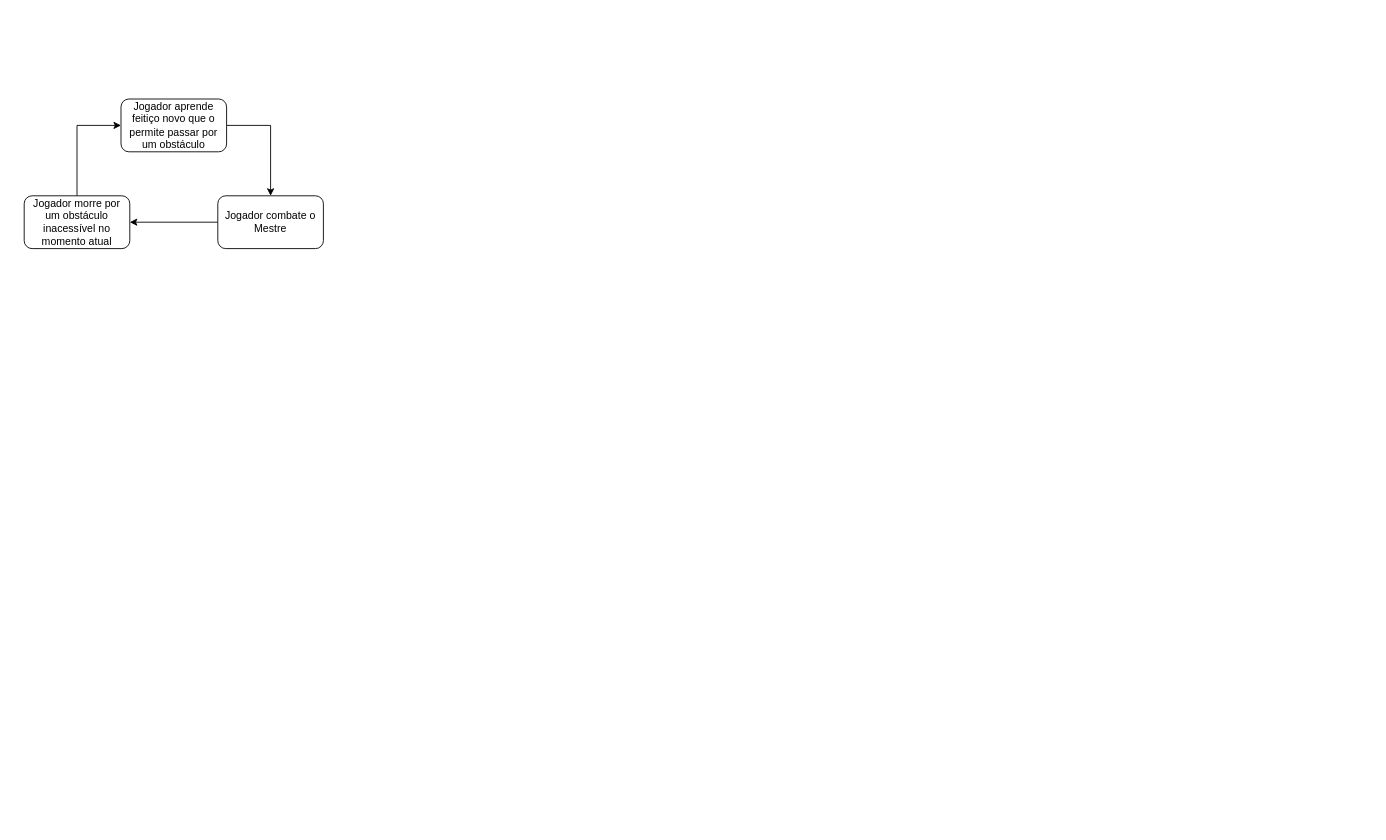
Earlier version of the draw.io diagram GMTKJam2025.drawio (Reimyel/Diagramas). Source tidied: cells renumbered, new cells numbered last; positions are measured from the earlier drawing's top-left corner, leaving out a move shared by most shapes. Both pictures are drawn from the tidied source at 88%, with x=0, y=0 at pixel (24, 99).
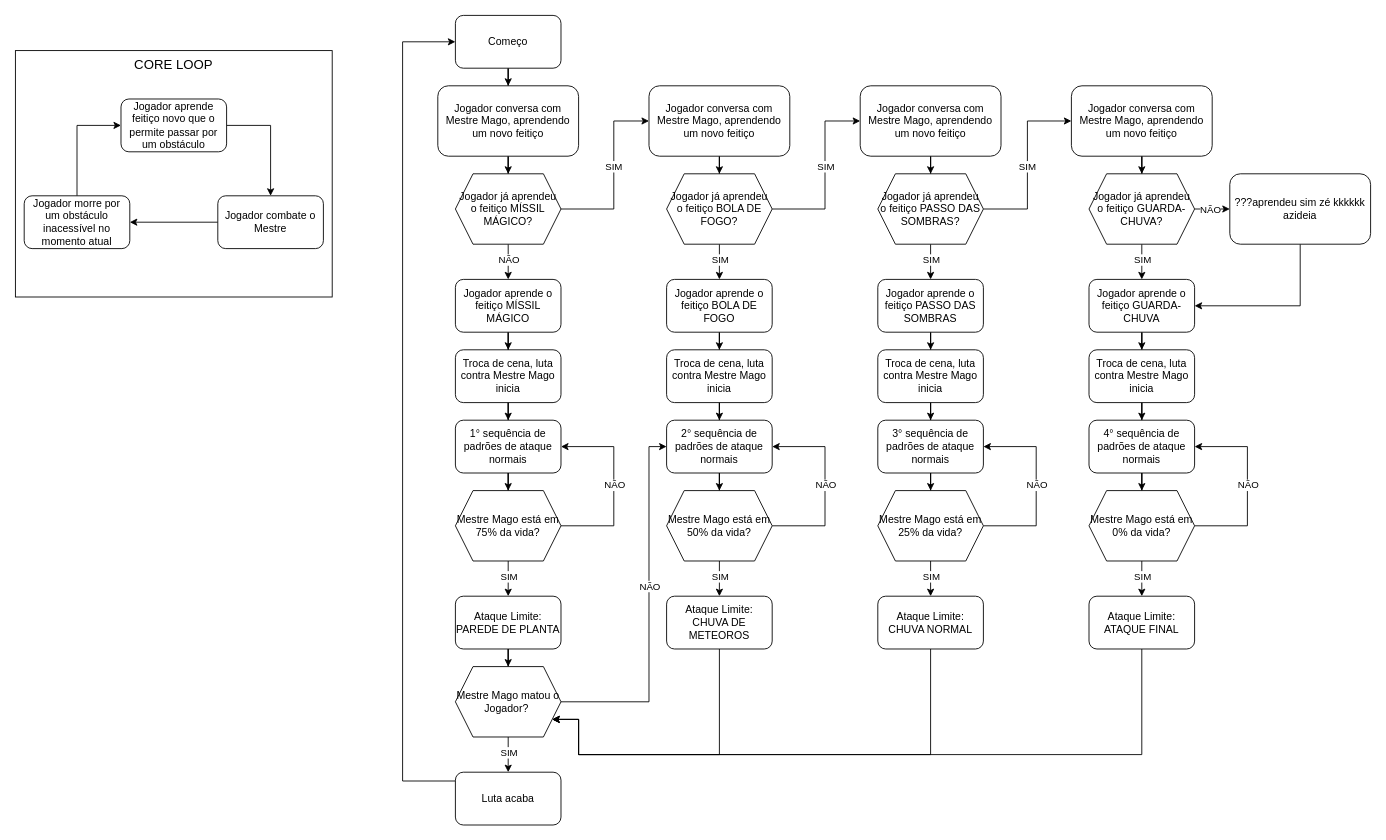
Above is the later version.

The edit, as a diff of the source:
```diff
@@
+    <mxCell id="8" style="rounded=0;whiteSpace=wrap;html=1;" parent="1" vertex="1">
+      <mxGeometry x="-10" y="-55" width="360" height="280" as="geometry" />
+    </mxCell>
@@
+    <mxCell id="9" style="edgeStyle=orthogonalEdgeStyle;rounded=0;jettySize=auto;html=1;" parent="1" edge="1" source="10" target="12">
+      <mxGeometry relative="1" as="geometry" />
+    </mxCell>
+    <mxCell id="10" value="Começo" style="rounded=1;whiteSpace=wrap;html=1;fillColor=light-dark(#FFFFFF,#104E0E);" parent="1" vertex="1">
+      <mxGeometry x="490" y="-95" width="120" height="60" as="geometry" />
+    </mxCell>
+    <mxCell id="11" style="edgeStyle=orthogonalEdgeStyle;rounded=0;jettySize=auto;html=1;" parent="1" edge="1" source="12" target="36">
+      <mxGeometry relative="1" as="geometry" />
+    </mxCell>
+    <mxCell id="12" value="&lt;div&gt;Jogador conversa com Mestre Mago, aprendendo um novo feitiço&lt;/div&gt;" style="rounded=1;whiteSpace=wrap;html=1;" parent="1" vertex="1">
+      <mxGeometry x="470" y="-15" width="160" height="80" as="geometry" />
+    </mxCell>
+    <mxCell id="13" style="edgeStyle=orthogonalEdgeStyle;rounded=0;jettySize=auto;html=1;" parent="1" edge="1" source="14" target="16">
+      <mxGeometry relative="1" as="geometry" />
+    </mxCell>
+    <mxCell id="14" value="Troca de cena, luta contra Mestre Mago inicia" style="rounded=1;whiteSpace=wrap;html=1;" parent="1" vertex="1">
+      <mxGeometry x="490" y="285" width="120" height="60" as="geometry" />
+    </mxCell>
+    <mxCell id="15" style="edgeStyle=orthogonalEdgeStyle;rounded=0;jettySize=auto;html=1;" parent="1" edge="1" source="16" target="25">
+      <mxGeometry relative="1" as="geometry" />
+    </mxCell>
+    <mxCell id="16" value="1° sequência de padrões de ataque normais" style="rounded=1;whiteSpace=wrap;html=1;" parent="1" vertex="1">
+      <mxGeometry x="490" y="365" width="120" height="60" as="geometry" />
+    </mxCell>
+    <mxCell id="17" style="edgeStyle=orthogonalEdgeStyle;rounded=0;jettySize=auto;html=1;entryX=0;entryY=0.5;entryDx=0;entryDy=0;" parent="1" edge="1" source="18" target="10">
+      <mxGeometry relative="1" as="geometry">
+        <Array as="points">
+          <mxPoint x="430" y="775" />
+          <mxPoint x="430" y="-65" />
+        </Array>
+      </mxGeometry>
+    </mxCell>
+    <mxCell id="18" value="Luta acaba" style="rounded=1;whiteSpace=wrap;html=1;fillColor=light-dark(#FFFFFF,#9A3434);" parent="1" vertex="1">
+      <mxGeometry x="490" y="765" width="120" height="60" as="geometry" />
+    </mxCell>
+    <mxCell id="19" style="edgeStyle=orthogonalEdgeStyle;rounded=0;jettySize=auto;html=1;" parent="1" edge="1" source="20" target="30">
+      <mxGeometry relative="1" as="geometry" />
+    </mxCell>
+    <mxCell id="20" value="Ataque Limite: PAREDE DE PLANTA" style="rounded=1;whiteSpace=wrap;html=1;" parent="1" vertex="1">
+      <mxGeometry x="490" y="565" width="120" height="60" as="geometry" />
+    </mxCell>
+    <mxCell id="21" style="edgeStyle=orthogonalEdgeStyle;rounded=0;jettySize=auto;html=1;" parent="1" edge="1" source="25" target="20">
+      <mxGeometry relative="1" as="geometry" />
+    </mxCell>
+    <mxCell id="22" value="&lt;div&gt;SIM&lt;/div&gt;" style="edgeLabel;html=1;align=center;verticalAlign=middle;" parent="21" vertex="1">
+      <mxGeometry x="-0.15" relative="1" as="geometry" />
+    </mxCell>
+    <mxCell id="23" style="edgeStyle=orthogonalEdgeStyle;rounded=0;jettySize=auto;html=1;entryX=1;entryY=0.5;entryDx=0;entryDy=0;exitX=1;exitY=0.5;exitDx=0;exitDy=0;" parent="1" edge="1" source="25" target="16">
+      <mxGeometry relative="1" as="geometry">
+        <Array as="points">
+          <mxPoint x="670" y="485" />
+          <mxPoint x="670" y="395" />
+        </Array>
+      </mxGeometry>
+    </mxCell>
+    <mxCell id="24" value="NÃO" style="edgeLabel;html=1;align=center;verticalAlign=middle;" parent="23" vertex="1">
+      <mxGeometry x="0.02" relative="1" as="geometry" />
+    </mxCell>
+    <mxCell id="25" value="Mestre Mago está em 75% da vida?" style="shape=hexagon;perimeter=hexagonPerimeter2;whiteSpace=wrap;html=1;fixedSize=1;fillColor=light-dark(#FFFFFF,#E28507);" parent="1" vertex="1">
+      <mxGeometry x="490" y="445" width="120" height="80" as="geometry" />
+    </mxCell>
+    <mxCell id="26" style="edgeStyle=orthogonalEdgeStyle;rounded=0;jettySize=auto;html=1;" parent="1" edge="1" source="30" target="18">
+      <mxGeometry relative="1" as="geometry" />
+    </mxCell>
+    <mxCell id="27" value="SIM" style="edgeLabel;html=1;align=center;verticalAlign=middle;" parent="26" vertex="1">
+      <mxGeometry x="-0.15" relative="1" as="geometry" />
+    </mxCell>
+    <mxCell id="28" style="edgeStyle=orthogonalEdgeStyle;rounded=0;jettySize=auto;html=1;entryX=0;entryY=0.5;entryDx=0;entryDy=0;" parent="1" edge="1" source="30" target="51">
+      <mxGeometry relative="1" as="geometry">
+        <Array as="points">
+          <mxPoint x="710" y="685" />
+          <mxPoint x="710" y="395" />
+        </Array>
+      </mxGeometry>
+    </mxCell>
+    <mxCell id="29" value="NÃO" style="edgeLabel;html=1;align=center;verticalAlign=middle;" parent="28" vertex="1">
+      <mxGeometry x="0.13" relative="1" as="geometry" />
+    </mxCell>
+    <mxCell id="30" value="Mestre Mago matou o Jogador?&amp;nbsp;" style="shape=hexagon;perimeter=hexagonPerimeter2;whiteSpace=wrap;html=1;fixedSize=1;fillColor=light-dark(#FFFFFF,#E28507);" parent="1" vertex="1">
+      <mxGeometry x="490" y="645" width="120" height="80" as="geometry" />
+    </mxCell>
+    <mxCell id="31" value="CORE LOOP" style="text;html=1;align=center;verticalAlign=middle;whiteSpace=wrap;rounded=0;fontSize=15;" parent="1" vertex="1">
+      <mxGeometry x="-10" y="-55" width="360" height="30" as="geometry" />
+    </mxCell>
+    <mxCell id="32" style="edgeStyle=orthogonalEdgeStyle;rounded=0;jettySize=auto;html=1;entryX=0.5;entryY=0;entryDx=0;entryDy=0;" parent="1" edge="1" source="36" target="38">
+      <mxGeometry relative="1" as="geometry" />
+    </mxCell>
+    <mxCell id="33" value="NÃO" style="edgeLabel;html=1;align=center;verticalAlign=middle;" parent="32" vertex="1">
+      <mxGeometry x="-0.13" relative="1" as="geometry" />
+    </mxCell>
+    <mxCell id="34" style="edgeStyle=orthogonalEdgeStyle;rounded=0;jettySize=auto;html=1;entryX=0;entryY=0.5;entryDx=0;entryDy=0;" parent="1" edge="1" source="36" target="40">
+      <mxGeometry relative="1" as="geometry">
+        <Array as="points">
+          <mxPoint x="670" y="125" />
+          <mxPoint x="670" y="25" />
+        </Array>
+      </mxGeometry>
+    </mxCell>
+    <mxCell id="35" value="SIM" style="edgeLabel;html=1;align=center;verticalAlign=middle;" parent="34" vertex="1">
+      <mxGeometry x="0.09" y="1" relative="1" as="geometry" />
+    </mxCell>
+    <mxCell id="36" value="Jogador já aprendeu o feitiço MÍSSIL MÁGICO?" style="shape=hexagon;perimeter=hexagonPerimeter2;whiteSpace=wrap;html=1;fixedSize=1;fillColor=light-dark(#FFFFFF,#E28507);" parent="1" vertex="1">
+      <mxGeometry x="490" y="85" width="120" height="80" as="geometry" />
+    </mxCell>
+    <mxCell id="37" style="edgeStyle=orthogonalEdgeStyle;rounded=0;jettySize=auto;html=1;entryX=0.5;entryY=0;entryDx=0;entryDy=0;" parent="1" edge="1" source="38" target="14">
+      <mxGeometry relative="1" as="geometry" />
+    </mxCell>
+    <mxCell id="38" value="Jogador aprende o feitiço MÍSSIL MÁGICO" style="rounded=1;whiteSpace=wrap;html=1;" parent="1" vertex="1">
+      <mxGeometry x="490" y="205" width="120" height="60" as="geometry" />
+    </mxCell>
+    <mxCell id="39" style="edgeStyle=orthogonalEdgeStyle;rounded=0;jettySize=auto;html=1;entryX=0.5;entryY=0;entryDx=0;entryDy=0;" parent="1" edge="1" source="40" target="45">
+      <mxGeometry relative="1" as="geometry" />
+    </mxCell>
+    <mxCell id="40" value="&lt;div&gt;Jogador conversa com Mestre Mago, aprendendo um novo feitiço&lt;/div&gt;" style="rounded=1;whiteSpace=wrap;html=1;" parent="1" vertex="1">
+      <mxGeometry x="710" y="-15" width="160" height="80" as="geometry" />
+    </mxCell>
+    <mxCell id="41" style="edgeStyle=orthogonalEdgeStyle;rounded=0;jettySize=auto;html=1;entryX=0.5;entryY=0;entryDx=0;entryDy=0;" parent="1" edge="1" source="45" target="47">
+      <mxGeometry relative="1" as="geometry" />
+    </mxCell>
+    <mxCell id="42" value="SIM" style="edgeLabel;html=1;align=center;verticalAlign=middle;" parent="41" vertex="1">
+      <mxGeometry x="-0.17" relative="1" as="geometry" />
+    </mxCell>
+    <mxCell id="43" style="edgeStyle=orthogonalEdgeStyle;rounded=0;jettySize=auto;html=1;entryX=0;entryY=0.5;entryDx=0;entryDy=0;" parent="1" edge="1" source="45" target="60">
+      <mxGeometry relative="1" as="geometry">
+        <Array as="points">
+          <mxPoint x="910" y="125" />
+          <mxPoint x="910" y="25" />
+        </Array>
+      </mxGeometry>
+    </mxCell>
+    <mxCell id="44" value="SIM" style="edgeLabel;html=1;align=center;verticalAlign=middle;" parent="43" vertex="1">
+      <mxGeometry x="0.09" relative="1" as="geometry" />
+    </mxCell>
+    <mxCell id="45" value="Jogador já aprendeu o feitiço BOLA DE FOGO?" style="shape=hexagon;perimeter=hexagonPerimeter2;whiteSpace=wrap;html=1;fixedSize=1;fillColor=light-dark(#FFFFFF,#E28507);" parent="1" vertex="1">
+      <mxGeometry x="730" y="85" width="120" height="80" as="geometry" />
+    </mxCell>
+    <mxCell id="46" style="edgeStyle=orthogonalEdgeStyle;rounded=0;jettySize=auto;html=1;" parent="1" edge="1" source="47" target="49">
+      <mxGeometry relative="1" as="geometry" />
+    </mxCell>
+    <mxCell id="47" value="Jogador aprende o feitiço&amp;nbsp;BOLA DE FOGO" style="rounded=1;whiteSpace=wrap;html=1;" parent="1" vertex="1">
+      <mxGeometry x="730" y="205" width="120" height="60" as="geometry" />
+    </mxCell>
+    <mxCell id="48" style="edgeStyle=orthogonalEdgeStyle;rounded=0;jettySize=auto;html=1;" parent="1" edge="1" source="49" target="51">
+      <mxGeometry relative="1" as="geometry" />
+    </mxCell>
+    <mxCell id="49" value="Troca de cena, luta contra Mestre Mago inicia" style="rounded=1;whiteSpace=wrap;html=1;" parent="1" vertex="1">
+      <mxGeometry x="730" y="285" width="120" height="60" as="geometry" />
+    </mxCell>
+    <mxCell id="50" style="edgeStyle=orthogonalEdgeStyle;rounded=0;jettySize=auto;html=1;" parent="1" edge="1" source="51" target="58">
+      <mxGeometry relative="1" as="geometry" />
+    </mxCell>
+    <mxCell id="51" value="2° sequência de padrões de ataque normais" style="rounded=1;whiteSpace=wrap;html=1;" parent="1" vertex="1">
+      <mxGeometry x="730" y="365" width="120" height="60" as="geometry" />
+    </mxCell>
+    <mxCell id="52" style="edgeStyle=orthogonalEdgeStyle;rounded=0;jettySize=auto;html=1;" parent="1" edge="1" source="53" target="30">
+      <mxGeometry relative="1" as="geometry">
+        <Array as="points">
+          <mxPoint x="790" y="745" />
+          <mxPoint x="630" y="745" />
+          <mxPoint x="630" y="705" />
+        </Array>
+      </mxGeometry>
+    </mxCell>
+    <mxCell id="53" value="Ataque Limite: CHUVA DE METEOROS" style="rounded=1;whiteSpace=wrap;html=1;" parent="1" vertex="1">
+      <mxGeometry x="730" y="565" width="120" height="60" as="geometry" />
+    </mxCell>
+    <mxCell id="54" style="edgeStyle=orthogonalEdgeStyle;rounded=0;jettySize=auto;html=1;" parent="1" edge="1" source="58" target="53">
+      <mxGeometry relative="1" as="geometry" />
+    </mxCell>
+    <mxCell id="55" value="&lt;div&gt;SIM&lt;/div&gt;" style="edgeLabel;html=1;align=center;verticalAlign=middle;" parent="54" vertex="1">
+      <mxGeometry x="-0.15" relative="1" as="geometry" />
+    </mxCell>
+    <mxCell id="56" style="edgeStyle=orthogonalEdgeStyle;rounded=0;jettySize=auto;html=1;entryX=1;entryY=0.5;entryDx=0;entryDy=0;exitX=1;exitY=0.5;exitDx=0;exitDy=0;" parent="1" edge="1" source="58" target="51">
+      <mxGeometry relative="1" as="geometry">
+        <Array as="points">
+          <mxPoint x="910" y="485" />
+          <mxPoint x="910" y="395" />
+        </Array>
+      </mxGeometry>
+    </mxCell>
+    <mxCell id="57" value="NÃO" style="edgeLabel;html=1;align=center;verticalAlign=middle;" parent="56" vertex="1">
+      <mxGeometry x="0.02" relative="1" as="geometry" />
+    </mxCell>
+    <mxCell id="58" value="Mestre Mago está em 50% da vida?" style="shape=hexagon;perimeter=hexagonPerimeter2;whiteSpace=wrap;html=1;fixedSize=1;fillColor=light-dark(#FFFFFF,#E28507);" parent="1" vertex="1">
+      <mxGeometry x="730" y="445" width="120" height="80" as="geometry" />
+    </mxCell>
+    <mxCell id="59" style="edgeStyle=orthogonalEdgeStyle;rounded=0;jettySize=auto;html=1;entryX=0.5;entryY=0;entryDx=0;entryDy=0;" parent="1" edge="1" source="60" target="65">
+      <mxGeometry relative="1" as="geometry" />
+    </mxCell>
+    <mxCell id="60" value="&lt;div&gt;Jogador conversa com Mestre Mago, aprendendo um novo feitiço&lt;/div&gt;" style="rounded=1;whiteSpace=wrap;html=1;" parent="1" vertex="1">
+      <mxGeometry x="950" y="-15" width="160" height="80" as="geometry" />
+    </mxCell>
+    <mxCell id="61" style="edgeStyle=orthogonalEdgeStyle;rounded=0;jettySize=auto;html=1;entryX=0.5;entryY=0;entryDx=0;entryDy=0;" parent="1" edge="1" source="65" target="67">
+      <mxGeometry relative="1" as="geometry" />
+    </mxCell>
+    <mxCell id="62" value="SIM" style="edgeLabel;html=1;align=center;verticalAlign=middle;" parent="61" vertex="1">
+      <mxGeometry x="-0.17" relative="1" as="geometry" />
+    </mxCell>
+    <mxCell id="63" style="edgeStyle=orthogonalEdgeStyle;rounded=0;jettySize=auto;html=1;entryX=0;entryY=0.5;entryDx=0;entryDy=0;" parent="1" edge="1" source="65" target="80">
+      <mxGeometry relative="1" as="geometry" />
+    </mxCell>
+    <mxCell id="64" value="SIM" style="edgeLabel;html=1;align=center;verticalAlign=middle;" parent="63" vertex="1">
+      <mxGeometry x="-0.01" y="1" relative="1" as="geometry" />
+    </mxCell>
+    <mxCell id="65" value="Jogador já aprendeu o feitiço PASSO DAS SOMBRAS?" style="shape=hexagon;perimeter=hexagonPerimeter2;whiteSpace=wrap;html=1;fixedSize=1;fillColor=light-dark(#FFFFFF,#E28507);" parent="1" vertex="1">
+      <mxGeometry x="970" y="85" width="120" height="80" as="geometry" />
+    </mxCell>
+    <mxCell id="66" style="edgeStyle=orthogonalEdgeStyle;rounded=0;jettySize=auto;html=1;" parent="1" edge="1" source="67" target="69">
+      <mxGeometry relative="1" as="geometry" />
+    </mxCell>
+    <mxCell id="67" value="Jogador aprende o feitiço&amp;nbsp;PASSO DAS SOMBRAS" style="rounded=1;whiteSpace=wrap;html=1;" parent="1" vertex="1">
+      <mxGeometry x="970" y="205" width="120" height="60" as="geometry" />
+    </mxCell>
+    <mxCell id="68" style="edgeStyle=orthogonalEdgeStyle;rounded=0;jettySize=auto;html=1;" parent="1" edge="1" source="69" target="71">
+      <mxGeometry relative="1" as="geometry" />
+    </mxCell>
+    <mxCell id="69" value="Troca de cena, luta contra Mestre Mago inicia" style="rounded=1;whiteSpace=wrap;html=1;" parent="1" vertex="1">
+      <mxGeometry x="970" y="285" width="120" height="60" as="geometry" />
+    </mxCell>
+    <mxCell id="70" style="edgeStyle=orthogonalEdgeStyle;rounded=0;jettySize=auto;html=1;" parent="1" edge="1" source="71" target="78">
+      <mxGeometry relative="1" as="geometry" />
+    </mxCell>
+    <mxCell id="71" value="3° sequência de padrões de ataque normais" style="rounded=1;whiteSpace=wrap;html=1;" parent="1" vertex="1">
+      <mxGeometry x="970" y="365" width="120" height="60" as="geometry" />
+    </mxCell>
+    <mxCell id="72" style="edgeStyle=orthogonalEdgeStyle;rounded=0;jettySize=auto;html=1;" parent="1" edge="1" source="73" target="30">
+      <mxGeometry relative="1" as="geometry">
+        <Array as="points">
+          <mxPoint x="1030" y="745" />
+          <mxPoint x="630" y="745" />
+          <mxPoint x="630" y="705" />
+        </Array>
+      </mxGeometry>
+    </mxCell>
+    <mxCell id="73" value="Ataque Limite: CHUVA NORMAL" style="rounded=1;whiteSpace=wrap;html=1;" parent="1" vertex="1">
+      <mxGeometry x="970" y="565" width="120" height="60" as="geometry" />
+    </mxCell>
+    <mxCell id="74" style="edgeStyle=orthogonalEdgeStyle;rounded=0;jettySize=auto;html=1;" parent="1" edge="1" source="78" target="73">
+      <mxGeometry relative="1" as="geometry" />
+    </mxCell>
+    <mxCell id="75" value="&lt;div&gt;SIM&lt;/div&gt;" style="edgeLabel;html=1;align=center;verticalAlign=middle;" parent="74" vertex="1">
+      <mxGeometry x="-0.15" relative="1" as="geometry" />
+    </mxCell>
+    <mxCell id="76" style="edgeStyle=orthogonalEdgeStyle;rounded=0;jettySize=auto;html=1;entryX=1;entryY=0.5;entryDx=0;entryDy=0;exitX=1;exitY=0.5;exitDx=0;exitDy=0;" parent="1" edge="1" source="78" target="71">
+      <mxGeometry relative="1" as="geometry">
+        <Array as="points">
+          <mxPoint x="1150" y="485" />
+          <mxPoint x="1150" y="395" />
+        </Array>
+      </mxGeometry>
+    </mxCell>
+    <mxCell id="77" value="NÃO" style="edgeLabel;html=1;align=center;verticalAlign=middle;" parent="76" vertex="1">
+      <mxGeometry x="0.02" relative="1" as="geometry" />
+    </mxCell>
+    <mxCell id="78" value="Mestre Mago está em 25% da vida?" style="shape=hexagon;perimeter=hexagonPerimeter2;whiteSpace=wrap;html=1;fixedSize=1;fillColor=light-dark(#FFFFFF,#E28507);" parent="1" vertex="1">
+      <mxGeometry x="970" y="445" width="120" height="80" as="geometry" />
+    </mxCell>
+    <mxCell id="79" style="edgeStyle=orthogonalEdgeStyle;rounded=0;jettySize=auto;html=1;entryX=0.5;entryY=0;entryDx=0;entryDy=0;" parent="1" edge="1" source="80" target="85">
+      <mxGeometry relative="1" as="geometry" />
+    </mxCell>
+    <mxCell id="80" value="&lt;div&gt;Jogador conversa com Mestre Mago, aprendendo um novo feitiço&lt;/div&gt;" style="rounded=1;whiteSpace=wrap;html=1;" parent="1" vertex="1">
+      <mxGeometry x="1190" y="-15" width="160" height="80" as="geometry" />
+    </mxCell>
+    <mxCell id="81" style="edgeStyle=orthogonalEdgeStyle;rounded=0;jettySize=auto;html=1;entryX=0.5;entryY=0;entryDx=0;entryDy=0;" parent="1" edge="1" source="85" target="87">
+      <mxGeometry relative="1" as="geometry" />
+    </mxCell>
+    <mxCell id="82" value="SIM" style="edgeLabel;html=1;align=center;verticalAlign=middle;" parent="81" vertex="1">
+      <mxGeometry x="-0.17" relative="1" as="geometry" />
+    </mxCell>
+    <mxCell id="83" style="edgeStyle=orthogonalEdgeStyle;rounded=0;jettySize=auto;html=1;entryX=0;entryY=0.5;entryDx=0;entryDy=0;" parent="1" edge="1" source="85" target="100">
+      <mxGeometry relative="1" as="geometry" />
+    </mxCell>
+    <mxCell id="84" value="NÃO" style="edgeLabel;html=1;align=center;verticalAlign=middle;" parent="83" vertex="1">
+      <mxGeometry x="-0.17" relative="1" as="geometry" />
+    </mxCell>
+    <mxCell id="85" value="Jogador já aprendeu o feitiço GUARDA-CHUVA?" style="shape=hexagon;perimeter=hexagonPerimeter2;whiteSpace=wrap;html=1;fixedSize=1;fillColor=light-dark(#FFFFFF,#E28507);" parent="1" vertex="1">
+      <mxGeometry x="1210" y="85" width="120" height="80" as="geometry" />
+    </mxCell>
+    <mxCell id="86" style="edgeStyle=orthogonalEdgeStyle;rounded=0;jettySize=auto;html=1;" parent="1" edge="1" source="87" target="89">
+      <mxGeometry relative="1" as="geometry" />
+    </mxCell>
+    <mxCell id="87" value="Jogador aprende o feitiço GUARDA-CHUVA" style="rounded=1;whiteSpace=wrap;html=1;" parent="1" vertex="1">
+      <mxGeometry x="1210" y="205" width="120" height="60" as="geometry" />
+    </mxCell>
+    <mxCell id="88" style="edgeStyle=orthogonalEdgeStyle;rounded=0;jettySize=auto;html=1;" parent="1" edge="1" source="89" target="91">
+      <mxGeometry relative="1" as="geometry" />
+    </mxCell>
+    <mxCell id="89" value="Troca de cena, luta contra Mestre Mago inicia" style="rounded=1;whiteSpace=wrap;html=1;" parent="1" vertex="1">
+      <mxGeometry x="1210" y="285" width="120" height="60" as="geometry" />
+    </mxCell>
+    <mxCell id="90" style="edgeStyle=orthogonalEdgeStyle;rounded=0;jettySize=auto;html=1;" parent="1" edge="1" source="91" target="98">
+      <mxGeometry relative="1" as="geometry" />
+    </mxCell>
+    <mxCell id="91" value="4° sequência de padrões de ataque normais" style="rounded=1;whiteSpace=wrap;html=1;" parent="1" vertex="1">
+      <mxGeometry x="1210" y="365" width="120" height="60" as="geometry" />
+    </mxCell>
+    <mxCell id="92" style="edgeStyle=orthogonalEdgeStyle;rounded=0;jettySize=auto;html=1;" parent="1" edge="1" source="93" target="30">
+      <mxGeometry relative="1" as="geometry">
+        <Array as="points">
+          <mxPoint x="1270" y="745" />
+          <mxPoint x="630" y="745" />
+          <mxPoint x="630" y="705" />
+        </Array>
+      </mxGeometry>
+    </mxCell>
+    <mxCell id="93" value="Ataque Limite: ATAQUE FINAL" style="rounded=1;whiteSpace=wrap;html=1;" parent="1" vertex="1">
+      <mxGeometry x="1210" y="565" width="120" height="60" as="geometry" />
+    </mxCell>
+    <mxCell id="94" style="edgeStyle=orthogonalEdgeStyle;rounded=0;jettySize=auto;html=1;" parent="1" edge="1" source="98" target="93">
+      <mxGeometry relative="1" as="geometry" />
+    </mxCell>
+    <mxCell id="95" value="&lt;div&gt;SIM&lt;/div&gt;" style="edgeLabel;html=1;align=center;verticalAlign=middle;" parent="94" vertex="1">
+      <mxGeometry x="-0.15" relative="1" as="geometry" />
+    </mxCell>
+    <mxCell id="96" style="edgeStyle=orthogonalEdgeStyle;rounded=0;jettySize=auto;html=1;entryX=1;entryY=0.5;entryDx=0;entryDy=0;exitX=1;exitY=0.5;exitDx=0;exitDy=0;" parent="1" edge="1" source="98" target="91">
+      <mxGeometry relative="1" as="geometry">
+        <Array as="points">
+          <mxPoint x="1390" y="485" />
+          <mxPoint x="1390" y="395" />
+        </Array>
+      </mxGeometry>
+    </mxCell>
+    <mxCell id="97" value="NÃO" style="edgeLabel;html=1;align=center;verticalAlign=middle;" parent="96" vertex="1">
+      <mxGeometry x="0.02" relative="1" as="geometry" />
+    </mxCell>
+    <mxCell id="98" value="Mestre Mago está em 0% da vida?" style="shape=hexagon;perimeter=hexagonPerimeter2;whiteSpace=wrap;html=1;fixedSize=1;fillColor=light-dark(#FFFFFF,#E28507);" parent="1" vertex="1">
+      <mxGeometry x="1210" y="445" width="120" height="80" as="geometry" />
+    </mxCell>
+    <mxCell id="99" style="edgeStyle=orthogonalEdgeStyle;rounded=0;jettySize=auto;html=1;entryX=1;entryY=0.5;entryDx=0;entryDy=0;" parent="1" edge="1" source="100" target="87">
+      <mxGeometry relative="1" as="geometry">
+        <Array as="points">
+          <mxPoint x="1450" y="235" />
+        </Array>
+      </mxGeometry>
+    </mxCell>
+    <mxCell id="100" value="???aprendeu sim zé kkkkkk azideia" style="rounded=1;whiteSpace=wrap;html=1;" parent="1" vertex="1">
+      <mxGeometry x="1370" y="85" width="160" height="80" as="geometry" />
+    </mxCell>
```
